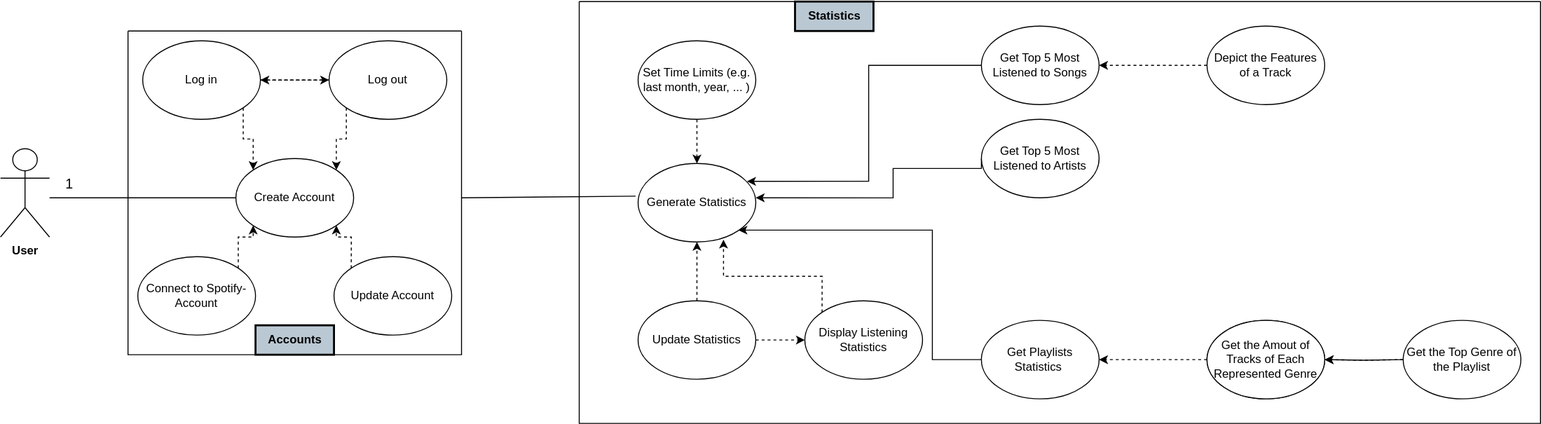
Earlier version of the draw.io export Documentation/UML_Use_Cases.svg (SE-TINF22B6/Statify). Source tidied: cells renumbered, new cells last; positions are measured from the earlier drawing's top-left corner, leaving out a move shared by most shapes.
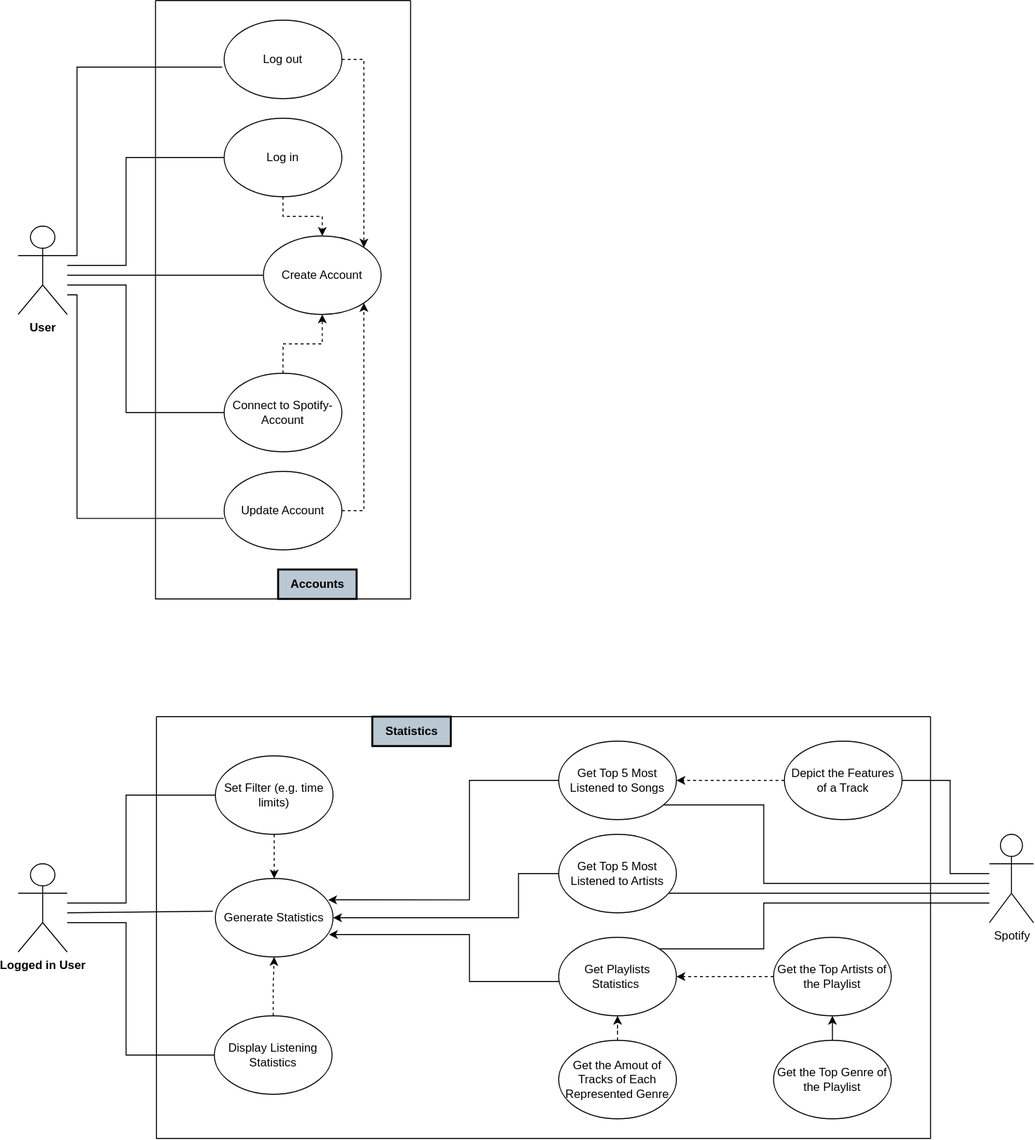
After the change.

The edit, as a diff of the source:
```diff
@@ -2,60 +2,77 @@
   <root>
     <mxCell id="0" />
     <mxCell id="1" parent="0" />
+    <mxCell id="43" style="edgeStyle=orthogonalEdgeStyle;rounded=0;jettySize=auto;html=1;entryX=0;entryY=0.5;entryDx=0;entryDy=0;endArrow=none;endFill=0;" parent="1" edge="1" source="2" target="9">
+      <mxGeometry relative="1" as="geometry">
+        <Array as="points">
+          <mxPoint x="130" y="120" />
+          <mxPoint x="130" y="10" />
+        </Array>
+      </mxGeometry>
+    </mxCell>
+    <mxCell id="44" style="edgeStyle=orthogonalEdgeStyle;rounded=0;jettySize=auto;html=1;entryX=0;entryY=0.5;entryDx=0;entryDy=0;endArrow=none;endFill=0;" parent="1" edge="1" source="2" target="15">
+      <mxGeometry relative="1" as="geometry">
+        <Array as="points">
+          <mxPoint x="120" y="130" />
+          <mxPoint x="120" y="130" />
+        </Array>
+      </mxGeometry>
+    </mxCell>
+    <mxCell id="45" style="edgeStyle=orthogonalEdgeStyle;rounded=0;jettySize=auto;html=1;entryX=0;entryY=0.5;entryDx=0;entryDy=0;endArrow=none;endFill=0;" parent="1" edge="1" source="2" target="12">
+      <mxGeometry relative="1" as="geometry">
+        <Array as="points">
+          <mxPoint x="130" y="140" />
+          <mxPoint x="130" y="270" />
+        </Array>
+      </mxGeometry>
+    </mxCell>
     <mxCell id="2" value="&lt;b&gt;User&lt;/b&gt;" style="shape=umlActor;verticalLabelPosition=bottom;verticalAlign=top;html=1;outlineConnect=0;" parent="1" vertex="1">
-      <mxGeometry y="150" width="50" height="90" as="geometry" />
+      <mxGeometry x="20" y="80" width="50" height="90" as="geometry" />
     </mxCell>
     <mxCell id="3" style="swimlane;startSize=0;" parent="1" vertex="1">
-      <mxGeometry x="130" y="30" width="340" height="330" as="geometry" />
+      <mxGeometry x="160" y="-150" width="260" height="610" as="geometry" />
     </mxCell>
-    <mxCell id="4" style="edgeStyle=orthogonalEdgeStyle;rounded=0;jettySize=auto;html=1;exitX=0;exitY=1;exitDx=0;exitDy=0;entryX=1;entryY=0;entryDx=0;entryDy=0;dashed=1;" parent="3" edge="1" source="6" target="15">
+    <mxCell id="4" style="edgeStyle=orthogonalEdgeStyle;rounded=0;jettySize=auto;html=1;exitX=1;exitY=0.5;exitDx=0;exitDy=0;entryX=1;entryY=0;entryDx=0;entryDy=0;dashed=1;" parent="3" edge="1" source="6" target="15">
       <mxGeometry relative="1" as="geometry" />
     </mxCell>
-    <mxCell id="5" style="edgeStyle=orthogonalEdgeStyle;rounded=0;jettySize=auto;html=1;exitX=0;exitY=0.5;exitDx=0;exitDy=0;entryX=1;entryY=0.5;entryDx=0;entryDy=0;dashed=1;" parent="3" edge="1" source="6" target="9">
-      <mxGeometry relative="1" as="geometry" />
-    </mxCell>
     <mxCell id="6" value="Log out" style="ellipse;whiteSpace=wrap;html=1;" parent="3" vertex="1">
-      <mxGeometry x="205" y="10" width="120" height="80" as="geometry" />
+      <mxGeometry x="70" y="20" width="120" height="80" as="geometry" />
     </mxCell>
-    <mxCell id="7" style="edgeStyle=orthogonalEdgeStyle;rounded=0;jettySize=auto;html=1;exitX=1;exitY=1;exitDx=0;exitDy=0;entryX=0;entryY=0;entryDx=0;entryDy=0;dashed=1;" parent="3" edge="1" source="9" target="15">
+    <mxCell id="7" style="edgeStyle=orthogonalEdgeStyle;rounded=0;jettySize=auto;html=1;exitX=0.5;exitY=1;exitDx=0;exitDy=0;entryX=0.5;entryY=0;entryDx=0;entryDy=0;dashed=1;" parent="3" edge="1" source="9" target="15">
       <mxGeometry relative="1" as="geometry" />
     </mxCell>
-    <mxCell id="8" style="edgeStyle=orthogonalEdgeStyle;rounded=0;jettySize=auto;html=1;exitX=1;exitY=0.5;exitDx=0;exitDy=0;entryX=0;entryY=0.5;entryDx=0;entryDy=0;dashed=1;" parent="3" edge="1" source="9" target="6">
-      <mxGeometry relative="1" as="geometry" />
-    </mxCell>
     <mxCell id="9" value="Log in" style="ellipse;whiteSpace=wrap;html=1;" parent="3" vertex="1">
-      <mxGeometry x="15" y="10" width="120" height="80" as="geometry" />
+      <mxGeometry x="70" y="120" width="120" height="80" as="geometry" />
     </mxCell>
     <mxCell id="10" value="Accounts" style="text;html=1;align=center;verticalAlign=middle;strokeColor=default;fillColor=#bac8d3;strokeWidth=2;fontStyle=1;" parent="3" vertex="1">
-      <mxGeometry x="130" y="300" width="80" height="30" as="geometry" />
+      <mxGeometry x="125" y="580" width="80" height="30" as="geometry" />
     </mxCell>
-    <mxCell id="11" style="edgeStyle=orthogonalEdgeStyle;rounded=0;jettySize=auto;html=1;exitX=1;exitY=0;exitDx=0;exitDy=0;entryX=0;entryY=1;entryDx=0;entryDy=0;dashed=1;" parent="3" edge="1" source="12" target="15">
-      <mxGeometry relative="1" as="geometry" />
+    <mxCell id="11" style="edgeStyle=orthogonalEdgeStyle;rounded=0;jettySize=auto;html=1;exitX=0.5;exitY=0;exitDx=0;exitDy=0;entryX=0.5;entryY=1;entryDx=0;entryDy=0;dashed=1;" parent="3" edge="1" source="12" target="15">
+      <mxGeometry relative="1" as="geometry">
+        <Array as="points">
+          <mxPoint x="130" y="350" />
+          <mxPoint x="170" y="350" />
+        </Array>
+      </mxGeometry>
     </mxCell>
     <mxCell id="12" value="Connect to Spotify-Account" style="ellipse;whiteSpace=wrap;html=1;" parent="3" vertex="1">
-      <mxGeometry x="10" y="230" width="120" height="80" as="geometry" />
+      <mxGeometry x="70" y="380" width="120" height="80" as="geometry" />
     </mxCell>
-    <mxCell id="13" style="edgeStyle=orthogonalEdgeStyle;rounded=0;jettySize=auto;html=1;exitX=0;exitY=0;exitDx=0;exitDy=0;entryX=1;entryY=1;entryDx=0;entryDy=0;dashed=1;" parent="3" edge="1" source="14" target="15">
-      <mxGeometry relative="1" as="geometry" />
+    <mxCell id="13" style="edgeStyle=orthogonalEdgeStyle;rounded=0;jettySize=auto;html=1;exitX=1;exitY=0.5;exitDx=0;exitDy=0;entryX=1;entryY=1;entryDx=0;entryDy=0;dashed=1;" parent="3" edge="1" source="14" target="15">
+      <mxGeometry relative="1" as="geometry">
+        <Array as="points">
+          <mxPoint x="212" y="520" />
+        </Array>
+      </mxGeometry>
     </mxCell>
     <mxCell id="14" value="Update Account" style="ellipse;whiteSpace=wrap;html=1;" parent="3" vertex="1">
-      <mxGeometry x="210" y="230" width="120" height="80" as="geometry" />
+      <mxGeometry x="70" y="480" width="120" height="80" as="geometry" />
     </mxCell>
     <mxCell id="15" value="Create Account" style="ellipse;whiteSpace=wrap;html=1;" parent="3" vertex="1">
-      <mxGeometry x="110" y="130" width="120" height="80" as="geometry" />
+      <mxGeometry x="110" y="240" width="120" height="80" as="geometry" />
     </mxCell>
-    <mxCell id="16" style="endArrow=none;html=1;rounded=0;" parent="1" edge="1" source="15">
-      <mxGeometry relative="1" as="geometry">
-        <mxPoint x="50" y="200" as="targetPoint" />
-      </mxGeometry>
-    </mxCell>
-    <mxCell id="17" value="&lt;font style=&quot;font-size: 14px;&quot;&gt;1&lt;/font&gt;" style="edgeLabel;html=1;align=center;verticalAlign=middle;" parent="16" vertex="1">
-      <mxGeometry x="0.66" y="3" relative="1" as="geometry">
-        <mxPoint x="-13" y="-18" as="offset" />
-      </mxGeometry>
-    </mxCell>
     <mxCell id="18" style="swimlane;startSize=0;" parent="1" vertex="1">
-      <mxGeometry x="590" width="980" height="430" as="geometry" />
+      <mxGeometry x="161" y="580" width="789" height="430" as="geometry" />
     </mxCell>
     <mxCell id="19" value="Generate Statistics" style="ellipse;whiteSpace=wrap;html=1;" parent="18" vertex="1">
       <mxGeometry x="60" y="165" width="120" height="80" as="geometry" />
@@ -63,26 +80,25 @@
     <mxCell id="20" style="edgeStyle=orthogonalEdgeStyle;rounded=0;jettySize=auto;html=1;exitX=0.5;exitY=1;exitDx=0;exitDy=0;entryX=0.5;entryY=0;entryDx=0;entryDy=0;dashed=1;" parent="18" edge="1" source="21" target="19">
       <mxGeometry relative="1" as="geometry" />
     </mxCell>
-    <mxCell id="21" value="Set Time Limits (e.g. last month, year, ... )" style="ellipse;whiteSpace=wrap;html=1;" parent="18" vertex="1">
+    <mxCell id="21" value="Set Filter (e.g. time limits)" style="ellipse;whiteSpace=wrap;html=1;" parent="18" vertex="1">
       <mxGeometry x="60" y="40" width="120" height="80" as="geometry" />
     </mxCell>
-    <mxCell id="22" style="edgeStyle=orthogonalEdgeStyle;rounded=0;jettySize=auto;html=1;exitX=0;exitY=0.5;exitDx=0;exitDy=0;entryX=0.926;entryY=0.228;entryDx=0;entryDy=0;entryPerimeter=0;" parent="18" edge="1" source="23" target="19">
+    <mxCell id="22" style="edgeStyle=orthogonalEdgeStyle;rounded=0;jettySize=auto;html=1;exitX=0;exitY=0.5;exitDx=0;exitDy=0;entryX=0.958;entryY=0.272;entryDx=0;entryDy=0;entryPerimeter=0;" parent="18" edge="1" source="23" target="19">
       <mxGeometry relative="1" as="geometry">
         <Array as="points">
-          <mxPoint x="295" y="65" />
-          <mxPoint x="295" y="183" />
+          <mxPoint x="319" y="65" />
+          <mxPoint x="319" y="187" />
         </Array>
       </mxGeometry>
     </mxCell>
     <mxCell id="23" value="Get Top 5 Most Listened to Songs" style="ellipse;whiteSpace=wrap;html=1;" parent="18" vertex="1">
       <mxGeometry x="410" y="25" width="120" height="80" as="geometry" />
     </mxCell>
-    <mxCell id="24" style="edgeStyle=orthogonalEdgeStyle;rounded=0;jettySize=auto;html=1;exitX=0;exitY=0.5;exitDx=0;exitDy=0;" parent="18" edge="1" source="25">
+    <mxCell id="24" style="edgeStyle=orthogonalEdgeStyle;rounded=0;jettySize=auto;html=1;exitX=0;exitY=0.5;exitDx=0;exitDy=0;entryX=1;entryY=0.5;entryDx=0;entryDy=0;" parent="18" edge="1" source="25" target="19">
       <mxGeometry relative="1" as="geometry">
-        <mxPoint x="180" y="200" as="targetPoint" />
         <Array as="points">
-          <mxPoint x="320" y="170" />
-          <mxPoint x="320" y="200" />
+          <mxPoint x="369" y="160" />
+          <mxPoint x="369" y="205" />
         </Array>
       </mxGeometry>
     </mxCell>
@@ -95,68 +111,118 @@
     <mxCell id="27" value="Depict the Features of a Track" style="ellipse;whiteSpace=wrap;html=1;" parent="18" vertex="1">
       <mxGeometry x="640" y="25" width="120" height="80" as="geometry" />
     </mxCell>
+    <mxCell id="46" style="edgeStyle=orthogonalEdgeStyle;rounded=0;jettySize=auto;html=1;entryX=0.5;entryY=1;entryDx=0;entryDy=0;" parent="18" edge="1" source="28" target="32">
+      <mxGeometry relative="1" as="geometry" />
+    </mxCell>
     <mxCell id="28" value="Get the Top Genre of the Playlist" style="ellipse;whiteSpace=wrap;html=1;" parent="18" vertex="1">
-      <mxGeometry x="840" y="325" width="120" height="80" as="geometry" />
+      <mxGeometry x="629" y="330" width="120" height="80" as="geometry" />
     </mxCell>
-    <mxCell id="29" style="edgeStyle=orthogonalEdgeStyle;rounded=0;jettySize=auto;html=1;entryX=1;entryY=1;entryDx=0;entryDy=0;" parent="18" edge="1" source="30" target="19">
+    <mxCell id="29" style="edgeStyle=orthogonalEdgeStyle;rounded=0;jettySize=auto;html=1;entryX=0.965;entryY=0.714;entryDx=0;entryDy=0;entryPerimeter=0;" parent="18" edge="1" source="30" target="19">
       <mxGeometry relative="1" as="geometry">
         <Array as="points">
-          <mxPoint x="360" y="365" />
-          <mxPoint x="360" y="233" />
-          <mxPoint x="162" y="233" />
+          <mxPoint x="319" y="270" />
+          <mxPoint x="319" y="222" />
         </Array>
       </mxGeometry>
     </mxCell>
     <mxCell id="30" value="Get Playlists Statistics&amp;nbsp;" style="ellipse;whiteSpace=wrap;html=1;" parent="18" vertex="1">
-      <mxGeometry x="410" y="325" width="120" height="80" as="geometry" />
+      <mxGeometry x="410" y="225" width="120" height="80" as="geometry" />
     </mxCell>
     <mxCell id="31" style="edgeStyle=orthogonalEdgeStyle;rounded=0;jettySize=auto;html=1;exitX=0;exitY=0.5;exitDx=0;exitDy=0;entryX=1;entryY=0.5;entryDx=0;entryDy=0;dashed=1;" parent="18" edge="1" source="32" target="30">
       <mxGeometry relative="1" as="geometry" />
     </mxCell>
     <mxCell id="32" value="Get the Top Artists of the Playlist" style="ellipse;whiteSpace=wrap;html=1;" parent="18" vertex="1">
-      <mxGeometry x="640" y="325" width="120" height="80" as="geometry" />
+      <mxGeometry x="629" y="225" width="120" height="80" as="geometry" />
     </mxCell>
-    <mxCell id="33" style="edgeStyle=orthogonalEdgeStyle;rounded=0;jettySize=auto;html=1;exitX=0.5;exitY=0;exitDx=0;exitDy=0;dashed=1;" parent="18" edge="1" source="35" target="19">
-      <mxGeometry relative="1" as="geometry" />
-    </mxCell>
-    <mxCell id="34" style="edgeStyle=orthogonalEdgeStyle;rounded=0;jettySize=auto;html=1;entryX=0;entryY=0.5;entryDx=0;entryDy=0;dashed=1;" parent="18" edge="1" source="35" target="38">
-      <mxGeometry relative="1" as="geometry" />
-    </mxCell>
-    <mxCell id="35" value="Update Statistics" style="ellipse;whiteSpace=wrap;html=1;" parent="18" vertex="1">
-      <mxGeometry x="60" y="305" width="120" height="80" as="geometry" />
-    </mxCell>
-    <mxCell id="36" style="edgeStyle=orthogonalEdgeStyle;rounded=0;jettySize=auto;html=1;exitX=0;exitY=0.5;exitDx=0;exitDy=0;entryX=1;entryY=0.5;entryDx=0;entryDy=0;" parent="18" edge="1" target="32">
-      <mxGeometry relative="1" as="geometry">
-        <mxPoint x="840" y="365" as="sourcePoint" />
-      </mxGeometry>
-    </mxCell>
-    <mxCell id="37" style="edgeStyle=orthogonalEdgeStyle;rounded=0;jettySize=auto;html=1;exitX=0;exitY=0;exitDx=0;exitDy=0;entryX=0.721;entryY=0.97;entryDx=0;entryDy=0;dashed=1;entryPerimeter=0;" parent="18" edge="1" source="38" target="19">
-      <mxGeometry relative="1" as="geometry">
-        <Array as="points">
-          <mxPoint x="248" y="280" />
-          <mxPoint x="147" y="280" />
-          <mxPoint x="147" y="243" />
-        </Array>
-      </mxGeometry>
+    <mxCell id="37" style="edgeStyle=orthogonalEdgeStyle;rounded=0;jettySize=auto;html=1;entryX=0.5;entryY=1;entryDx=0;entryDy=0;dashed=1;" parent="18" edge="1" source="38" target="19">
+      <mxGeometry relative="1" as="geometry" />
     </mxCell>
     <mxCell id="38" value="Display Listening Statistics" style="ellipse;whiteSpace=wrap;html=1;" parent="18" vertex="1">
-      <mxGeometry x="230" y="305" width="120" height="80" as="geometry" />
+      <mxGeometry x="59" y="305" width="120" height="80" as="geometry" />
     </mxCell>
     <mxCell id="39" value="Statistics" style="text;html=1;align=center;verticalAlign=middle;strokeColor=default;fillColor=#bac8d3;strokeWidth=2;fontStyle=1;" parent="18" vertex="1">
       <mxGeometry x="220" width="80" height="30" as="geometry" />
     </mxCell>
+    <mxCell id="47" style="edgeStyle=orthogonalEdgeStyle;rounded=0;jettySize=auto;html=1;entryX=0.5;entryY=1;entryDx=0;entryDy=0;dashed=1;" parent="18" edge="1" source="41" target="30">
+      <mxGeometry relative="1" as="geometry" />
+    </mxCell>
+    <mxCell id="41" value="Get the Amout of Tracks of Each Represented Genre" style="ellipse;whiteSpace=wrap;html=1;" parent="18" vertex="1">
+      <mxGeometry x="410" y="330" width="120" height="80" as="geometry" />
+    </mxCell>
     <mxCell id="40" style="endArrow=none;html=1;rounded=0;entryX=-0.021;entryY=0.417;entryDx=0;entryDy=0;entryPerimeter=0;" parent="1" edge="1" target="19">
       <mxGeometry relative="1" as="geometry">
-        <mxPoint x="470" y="200" as="sourcePoint" />
+        <mxPoint x="70" y="780" as="sourcePoint" />
       </mxGeometry>
     </mxCell>
-    <mxCell id="41" value="Get the Amout of Tracks of Each Represented Genre" style="ellipse;whiteSpace=wrap;html=1;" parent="1" vertex="1">
-      <mxGeometry x="1230" y="325" width="120" height="80" as="geometry" />
-    </mxCell>
-    <mxCell id="42" style="edgeStyle=orthogonalEdgeStyle;rounded=0;jettySize=auto;html=1;dashed=1;" parent="1" edge="1" target="41">
-      <mxGeometry relative="1" as="geometry">
-        <mxPoint x="1430" y="365" as="sourcePoint" />
-      </mxGeometry>
-    </mxCell>
+    <mxCell id="48" style="edgeStyle=orthogonalEdgeStyle;rounded=0;jettySize=auto;html=1;entryX=-0.017;entryY=0.598;entryDx=0;entryDy=0;entryPerimeter=0;exitX=1;exitY=0.3333333333333333;exitDx=0;exitDy=0;exitPerimeter=0;endArrow=none;endFill=0;" parent="1" edge="1" source="2" target="6">
+      <mxGeometry relative="1" as="geometry">
+        <Array as="points">
+          <mxPoint x="80" y="110" />
+          <mxPoint x="80" y="-82" />
+        </Array>
+      </mxGeometry>
+    </mxCell>
+    <mxCell id="49" style="edgeStyle=orthogonalEdgeStyle;rounded=0;jettySize=auto;html=1;entryX=-0.004;entryY=0.599;entryDx=0;entryDy=0;entryPerimeter=0;endArrow=none;endFill=0;" parent="1" edge="1" source="2" target="14">
+      <mxGeometry relative="1" as="geometry">
+        <Array as="points">
+          <mxPoint x="80" y="150" />
+          <mxPoint x="80" y="378" />
+        </Array>
+      </mxGeometry>
+    </mxCell>
+    <mxCell id="50" style="edgeStyle=orthogonalEdgeStyle;rounded=0;jettySize=auto;html=1;entryX=0;entryY=0.5;entryDx=0;entryDy=0;endArrow=none;endFill=0;" parent="1" edge="1" source="52" target="21">
+      <mxGeometry relative="1" as="geometry">
+        <Array as="points">
+          <mxPoint x="130" y="770" />
+          <mxPoint x="130" y="660" />
+        </Array>
+      </mxGeometry>
+    </mxCell>
+    <mxCell id="51" style="edgeStyle=orthogonalEdgeStyle;rounded=0;jettySize=auto;html=1;entryX=0;entryY=0.5;entryDx=0;entryDy=0;endArrow=none;endFill=0;" parent="1" edge="1" source="52" target="38">
+      <mxGeometry relative="1" as="geometry">
+        <Array as="points">
+          <mxPoint x="130" y="790" />
+          <mxPoint x="130" y="925" />
+        </Array>
+      </mxGeometry>
+    </mxCell>
+    <mxCell id="52" value="&lt;b&gt;Logged in User&lt;/b&gt;" style="shape=umlActor;verticalLabelPosition=bottom;verticalAlign=top;html=1;outlineConnect=0;" parent="1" vertex="1">
+      <mxGeometry x="20" y="730" width="50" height="90" as="geometry" />
+    </mxCell>
+    <mxCell id="53" value="Spotify" style="shape=umlActor;verticalLabelPosition=bottom;verticalAlign=top;html=1;outlineConnect=0;" parent="1" vertex="1">
+      <mxGeometry x="1010" y="700" width="45" height="90" as="geometry" />
+    </mxCell>
+    <mxCell id="54" style="edgeStyle=orthogonalEdgeStyle;rounded=0;jettySize=auto;html=1;endArrow=none;endFill=0;" parent="1" edge="1" source="27" target="53">
+      <mxGeometry relative="1" as="geometry">
+        <Array as="points">
+          <mxPoint x="970" y="645" />
+          <mxPoint x="970" y="740" />
+        </Array>
+      </mxGeometry>
+    </mxCell>
+    <mxCell id="55" style="edgeStyle=orthogonalEdgeStyle;rounded=0;jettySize=auto;html=1;endArrow=none;endFill=0;" parent="1" edge="1" source="23" target="53">
+      <mxGeometry relative="1" as="geometry">
+        <Array as="points">
+          <mxPoint x="780" y="670" />
+          <mxPoint x="780" y="750" />
+        </Array>
+      </mxGeometry>
+    </mxCell>
+    <mxCell id="56" style="edgeStyle=orthogonalEdgeStyle;rounded=0;jettySize=auto;html=1;endArrow=none;endFill=0;" parent="1" edge="1" source="25" target="53">
+      <mxGeometry relative="1" as="geometry">
+        <Array as="points">
+          <mxPoint x="850" y="760" />
+          <mxPoint x="850" y="760" />
+        </Array>
+      </mxGeometry>
+    </mxCell>
+    <mxCell id="57" style="edgeStyle=orthogonalEdgeStyle;rounded=0;jettySize=auto;html=1;exitX=1;exitY=0;exitDx=0;exitDy=0;endArrow=none;endFill=0;" parent="1" edge="1" source="30" target="53">
+      <mxGeometry relative="1" as="geometry">
+        <Array as="points">
+          <mxPoint x="780" y="817" />
+          <mxPoint x="780" y="770" />
+        </Array>
+      </mxGeometry>
+    </mxCell>
   </root>
 </mxGraphModel>
```
